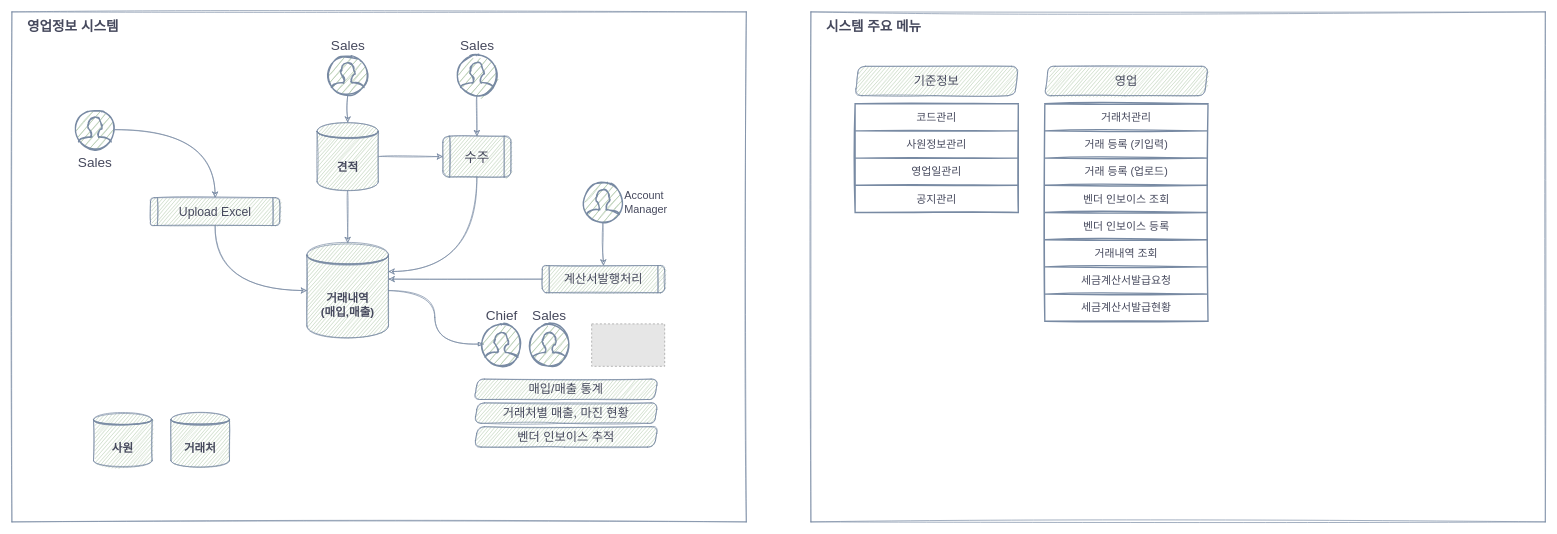
Before: page "영업정보 시스템" (2 of 4) of Project List.drawio in rokag3-gb/draw.io, a draw.io diagram. Source tidied: cells renumbered, new cells numbered last; positions are measured from the earlier drawing's top-left corner, leaving out a move shared by most shapes. Both pictures are drawn from the tidied source at 68%, with x=0, y=0 at pixel (12, 12). Pictures stored in the file or linked from it are replaced by grey dashed boxes.
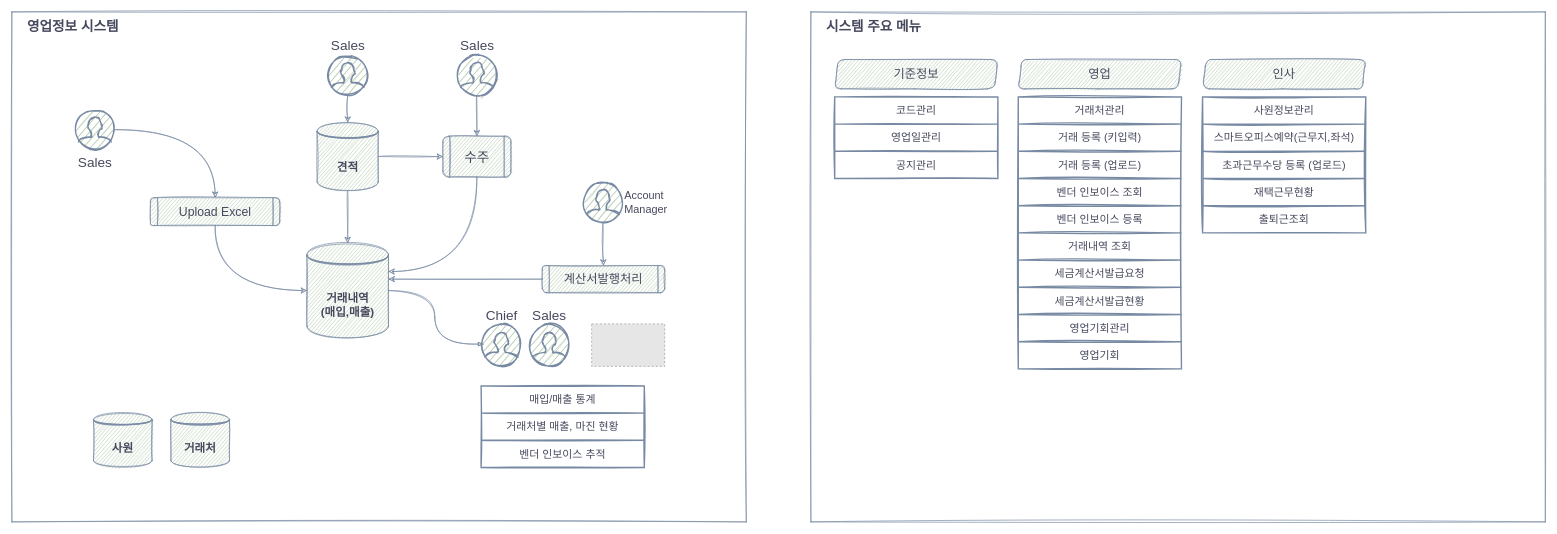
Above is the later version.

Diff of the diagram source:
```diff
@@
-    <mxCell id="26" value="매입/매출 통계" style="shape=parallelogram;perimeter=parallelogramPerimeter;whiteSpace=wrap;html=1;fixedSize=1;fontSize=18;verticalAlign=middle;dashed=0;fontStyle=0;rounded=1;size=5.199999999999818;spacing=10;fillColor=#B2C9AB;strokeColor=#788AA3;fontColor=#46495D;sketch=1;" parent="1" vertex="1">
-      <mxGeometry x="680" y="540" width="270" height="30" as="geometry" />
-    </mxCell>
-    <mxCell id="27" value="거래처별 매출, 마진 현황" style="shape=parallelogram;perimeter=parallelogramPerimeter;whiteSpace=wrap;html=1;fixedSize=1;fontSize=18;verticalAlign=middle;dashed=0;fontStyle=0;rounded=1;size=5.199999999999818;spacing=10;fillColor=#B2C9AB;strokeColor=#788AA3;fontColor=#46495D;sketch=1;" parent="1" vertex="1">
-      <mxGeometry x="680" y="575" width="270" height="30" as="geometry" />
-    </mxCell>
-    <mxCell id="28" value="벤더 인보이스 추적" style="shape=parallelogram;perimeter=parallelogramPerimeter;whiteSpace=wrap;html=1;fixedSize=1;fontSize=18;verticalAlign=middle;dashed=0;fontStyle=0;rounded=1;size=5.199999999999818;spacing=10;fillColor=#B2C9AB;strokeColor=#788AA3;fontColor=#46495D;sketch=1;" parent="1" vertex="1">
-      <mxGeometry x="680" y="610" width="270" height="30" as="geometry" />
-    </mxCell>
@@
     <mxCell id="33" value="영업" style="shape=parallelogram;perimeter=parallelogramPerimeter;whiteSpace=wrap;html=1;fixedSize=1;fontSize=18;verticalAlign=middle;dashed=0;fontStyle=0;rounded=1;size=5.199999999999818;spacing=10;fillColor=#B2C9AB;strokeColor=#788AA3;fontColor=#46495D;sketch=1;" parent="1" vertex="1">
-      <mxGeometry x="1519" y="80" width="240" height="43.2" as="geometry" />
+      <mxGeometry x="1480" y="70" width="240" height="43.2" as="geometry" />
     </mxCell>
     <mxCell id="34" style="shape=table;startSize=0;childLayout=tableLayout;rounded=0;shadow=0;labelBackgroundColor=none;labelBorderColor=none;sketch=1;fillStyle=auto;fontSize=16;fontColor=#46495D;strokeColor=#788AA3;strokeWidth=2;fillColor=default;gradientDirection=east;swimlaneLine=1;" parent="1" vertex="1">
-      <mxGeometry x="1519" y="135" width="240" height="320" as="geometry" />
+      <mxGeometry x="1480" y="125" width="240" height="400" as="geometry" />
     </mxCell>
@@
+    <mxCell id="61" style="shape=tableRow;horizontal=0;startSize=0;swimlaneHead=0;swimlaneBody=0;top=0;left=0;bottom=0;right=0;fillColor=none;rounded=0;shadow=0;labelBackgroundColor=none;labelBorderColor=none;sketch=1;fillStyle=auto;fontSize=16;fontColor=#46495D;strokeColor=#788AA3;strokeWidth=2;" parent="34" vertex="1">
+      <mxGeometry y="320" width="240" height="40" as="geometry" />
+    </mxCell>
+    <mxCell id="62" value="영업기회관리" style="shape=partialRectangle;html=1;whiteSpace=wrap;overflow=hidden;fillColor=none;top=0;left=0;bottom=0;right=0;rounded=0;shadow=0;labelBackgroundColor=none;labelBorderColor=none;sketch=1;fillStyle=auto;fontSize=16;fontColor=#46495D;strokeColor=#788AA3;strokeWidth=2;" parent="61" vertex="1">
+      <mxGeometry width="240" height="40" as="geometry" />
+    </mxCell>
+    <mxCell id="63" style="shape=tableRow;horizontal=0;startSize=0;swimlaneHead=0;swimlaneBody=0;top=0;left=0;bottom=0;right=0;fillColor=none;rounded=0;shadow=0;labelBackgroundColor=none;labelBorderColor=none;sketch=1;fillStyle=auto;fontSize=16;fontColor=#46495D;strokeColor=#788AA3;strokeWidth=2;" parent="34" vertex="1">
+      <mxGeometry y="360" width="240" height="40" as="geometry" />
+    </mxCell>
+    <mxCell id="64" value="영업기회" style="shape=partialRectangle;html=1;whiteSpace=wrap;overflow=hidden;fillColor=none;top=0;left=0;bottom=0;right=0;rounded=0;shadow=0;labelBackgroundColor=none;labelBorderColor=none;sketch=1;fillStyle=auto;fontSize=16;fontColor=#46495D;strokeColor=#788AA3;strokeWidth=2;" parent="63" vertex="1">
+      <mxGeometry width="240" height="40" as="geometry" />
+    </mxCell>
     <mxCell id="51" value="기준정보" style="shape=parallelogram;perimeter=parallelogramPerimeter;whiteSpace=wrap;html=1;fixedSize=1;fontSize=18;verticalAlign=middle;dashed=0;fontStyle=0;rounded=1;size=5.199999999999818;spacing=10;fillColor=#B2C9AB;strokeColor=#788AA3;fontColor=#46495D;sketch=1;" parent="1" vertex="1">
-      <mxGeometry x="1240" y="80" width="240" height="43.2" as="geometry" />
+      <mxGeometry x="1210" y="70" width="240" height="43.2" as="geometry" />
     </mxCell>
     <mxCell id="52" style="shape=table;startSize=0;childLayout=tableLayout;rounded=0;shadow=0;labelBackgroundColor=none;labelBorderColor=none;sketch=1;fillStyle=auto;fontSize=16;fontColor=#46495D;strokeColor=#788AA3;strokeWidth=2;fillColor=default;gradientDirection=east;swimlaneLine=1;" parent="1" vertex="1">
-      <mxGeometry x="1240" y="135" width="240" height="160" as="geometry" />
+      <mxGeometry x="1210" y="125" width="240" height="120" as="geometry" />
     </mxCell>
@@
-    <mxCell id="55" style="shape=tableRow;horizontal=0;startSize=0;swimlaneHead=0;swimlaneBody=0;top=0;left=0;bottom=0;right=0;fillColor=none;rounded=0;shadow=0;labelBackgroundColor=none;labelBorderColor=none;sketch=1;fillStyle=auto;fontSize=16;fontColor=#46495D;strokeColor=#788AA3;strokeWidth=2;" parent="52" vertex="1">
-      <mxGeometry y="40" width="240" height="40" as="geometry" />
-    </mxCell>
-    <mxCell id="56" value="사원정보관리" style="shape=partialRectangle;html=1;whiteSpace=wrap;overflow=hidden;fillColor=none;top=0;left=0;bottom=0;right=0;rounded=0;shadow=0;labelBackgroundColor=none;labelBorderColor=none;sketch=1;fillStyle=auto;fontSize=16;fontColor=#46495D;strokeColor=#788AA3;strokeWidth=2;" parent="55" vertex="1">
-      <mxGeometry width="240" height="40" as="geometry" />
-    </mxCell>
     <mxCell id="57" style="shape=tableRow;horizontal=0;startSize=0;swimlaneHead=0;swimlaneBody=0;top=0;left=0;bottom=0;right=0;fillColor=none;rounded=0;shadow=0;labelBackgroundColor=none;labelBorderColor=none;sketch=1;fillStyle=auto;fontSize=16;fontColor=#46495D;strokeColor=#788AA3;strokeWidth=2;" parent="52" vertex="1">
-      <mxGeometry y="80" width="240" height="40" as="geometry" />
+      <mxGeometry y="40" width="240" height="40" as="geometry" />
     </mxCell>
@@
     <mxCell id="59" style="shape=tableRow;horizontal=0;startSize=0;swimlaneHead=0;swimlaneBody=0;top=0;left=0;bottom=0;right=0;fillColor=none;rounded=0;shadow=0;labelBackgroundColor=none;labelBorderColor=none;sketch=1;fillStyle=auto;fontSize=16;fontColor=#46495D;strokeColor=#788AA3;strokeWidth=2;" parent="52" vertex="1">
-      <mxGeometry y="120" width="240" height="40" as="geometry" />
+      <mxGeometry y="80" width="240" height="40" as="geometry" />
     </mxCell>
@@
+    <mxCell id="65" style="shape=table;startSize=0;childLayout=tableLayout;rounded=0;shadow=0;labelBackgroundColor=none;labelBorderColor=none;sketch=1;fillStyle=auto;fontSize=16;fontColor=#46495D;strokeColor=#788AA3;strokeWidth=2;fillColor=default;gradientDirection=east;swimlaneLine=1;align=left;" parent="1" vertex="1">
+      <mxGeometry x="690" y="550" width="240" height="120" as="geometry" />
+    </mxCell>
+    <mxCell id="66" style="shape=tableRow;horizontal=0;startSize=0;swimlaneHead=0;swimlaneBody=0;top=0;left=0;bottom=0;right=0;fillColor=none;rounded=0;shadow=0;labelBackgroundColor=none;labelBorderColor=none;sketch=1;fillStyle=auto;fontSize=16;fontColor=#46495D;strokeColor=#788AA3;strokeWidth=2;" parent="65" vertex="1">
+      <mxGeometry width="240" height="40" as="geometry" />
+    </mxCell>
+    <mxCell id="26" value="매입/매출 통계" style="shape=partialRectangle;html=1;whiteSpace=wrap;overflow=hidden;fillColor=none;top=0;left=0;bottom=0;right=0;rounded=0;shadow=0;labelBackgroundColor=none;labelBorderColor=none;sketch=1;fillStyle=auto;fontSize=16;fontColor=#46495D;strokeColor=#788AA3;strokeWidth=2;align=center;" parent="66" vertex="1">
+      <mxGeometry width="240" height="40" as="geometry" />
+    </mxCell>
+    <mxCell id="67" style="shape=tableRow;horizontal=0;startSize=0;swimlaneHead=0;swimlaneBody=0;top=0;left=0;bottom=0;right=0;fillColor=none;rounded=0;shadow=0;labelBackgroundColor=none;labelBorderColor=none;sketch=1;fillStyle=auto;fontSize=16;fontColor=#46495D;strokeColor=#788AA3;strokeWidth=2;" parent="65" vertex="1">
+      <mxGeometry y="40" width="240" height="40" as="geometry" />
+    </mxCell>
+    <mxCell id="27" value="거래처별 매출, 마진 현황" style="shape=partialRectangle;html=1;whiteSpace=wrap;overflow=hidden;fillColor=none;top=0;left=0;bottom=0;right=0;rounded=0;shadow=0;labelBackgroundColor=none;labelBorderColor=none;sketch=1;fillStyle=auto;fontSize=16;fontColor=#46495D;strokeColor=#788AA3;strokeWidth=2;align=center;" parent="67" vertex="1">
+      <mxGeometry width="240" height="40" as="geometry" />
+    </mxCell>
+    <mxCell id="68" style="shape=tableRow;horizontal=0;startSize=0;swimlaneHead=0;swimlaneBody=0;top=0;left=0;bottom=0;right=0;fillColor=none;rounded=0;shadow=0;labelBackgroundColor=none;labelBorderColor=none;sketch=1;fillStyle=auto;fontSize=16;fontColor=#46495D;strokeColor=#788AA3;strokeWidth=2;" parent="65" vertex="1">
+      <mxGeometry y="80" width="240" height="40" as="geometry" />
+    </mxCell>
+    <mxCell id="28" value="벤더 인보이스 추적" style="shape=partialRectangle;html=1;whiteSpace=wrap;overflow=hidden;fillColor=none;top=0;left=0;bottom=0;right=0;rounded=0;shadow=0;labelBackgroundColor=none;labelBorderColor=none;sketch=1;fillStyle=auto;fontSize=16;fontColor=#46495D;strokeColor=#788AA3;strokeWidth=2;align=center;" parent="68" vertex="1">
+      <mxGeometry width="240" height="40" as="geometry" />
+    </mxCell>
+    <mxCell id="69" value="인사" style="shape=parallelogram;perimeter=parallelogramPerimeter;whiteSpace=wrap;html=1;fixedSize=1;fontSize=18;verticalAlign=middle;dashed=0;fontStyle=0;rounded=1;size=5.199999999999818;spacing=10;fillColor=#B2C9AB;strokeColor=#788AA3;fontColor=#46495D;sketch=1;" parent="1" vertex="1">
+      <mxGeometry x="1751" y="70" width="240" height="43.2" as="geometry" />
+    </mxCell>
+    <mxCell id="70" style="shape=table;startSize=0;childLayout=tableLayout;rounded=0;shadow=0;labelBackgroundColor=none;labelBorderColor=none;sketch=1;fillStyle=auto;fontSize=16;fontColor=#46495D;strokeColor=#788AA3;strokeWidth=2;fillColor=default;gradientDirection=east;swimlaneLine=1;" parent="1" vertex="1">
+      <mxGeometry x="1751" y="125" width="240" height="200" as="geometry" />
+    </mxCell>
+    <mxCell id="71" style="shape=tableRow;horizontal=0;startSize=0;swimlaneHead=0;swimlaneBody=0;top=0;left=0;bottom=0;right=0;fillColor=none;rounded=0;shadow=0;labelBackgroundColor=none;labelBorderColor=none;sketch=1;fillStyle=auto;fontSize=16;fontColor=#46495D;strokeColor=#788AA3;strokeWidth=2;" parent="70" vertex="1">
+      <mxGeometry width="240" height="40" as="geometry" />
+    </mxCell>
+    <mxCell id="56" value="사원정보관리" style="shape=partialRectangle;html=1;whiteSpace=wrap;overflow=hidden;fillColor=none;top=0;left=0;bottom=0;right=0;rounded=0;shadow=0;labelBackgroundColor=none;labelBorderColor=none;sketch=1;fillStyle=auto;fontSize=16;fontColor=#46495D;strokeColor=#788AA3;strokeWidth=2;" parent="71" vertex="1">
+      <mxGeometry width="240" height="40" as="geometry" />
+    </mxCell>
+    <mxCell id="72" style="shape=tableRow;horizontal=0;startSize=0;swimlaneHead=0;swimlaneBody=0;top=0;left=0;bottom=0;right=0;fillColor=none;rounded=0;shadow=0;labelBackgroundColor=none;labelBorderColor=none;sketch=1;fillStyle=auto;fontSize=16;fontColor=#46495D;strokeColor=#788AA3;strokeWidth=2;" parent="70" vertex="1">
+      <mxGeometry y="40" width="240" height="40" as="geometry" />
+    </mxCell>
+    <mxCell id="73" value="스마트오피스예약(근무지,좌석)" style="shape=partialRectangle;html=1;whiteSpace=wrap;overflow=hidden;fillColor=none;top=0;left=0;bottom=0;right=0;rounded=0;shadow=0;labelBackgroundColor=none;labelBorderColor=none;sketch=1;fillStyle=auto;fontSize=16;fontColor=#46495D;strokeColor=#788AA3;strokeWidth=2;" parent="72" vertex="1">
+      <mxGeometry width="240" height="40" as="geometry" />
+    </mxCell>
+    <mxCell id="74" style="shape=tableRow;horizontal=0;startSize=0;swimlaneHead=0;swimlaneBody=0;top=0;left=0;bottom=0;right=0;fillColor=none;rounded=0;shadow=0;labelBackgroundColor=none;labelBorderColor=none;sketch=1;fillStyle=auto;fontSize=16;fontColor=#46495D;strokeColor=#788AA3;strokeWidth=2;" parent="70" vertex="1">
+      <mxGeometry y="80" width="240" height="40" as="geometry" />
+    </mxCell>
+    <mxCell id="75" value="초과근무수당 등록 (업로드)" style="shape=partialRectangle;html=1;whiteSpace=wrap;overflow=hidden;fillColor=none;top=0;left=0;bottom=0;right=0;rounded=0;shadow=0;labelBackgroundColor=none;labelBorderColor=none;sketch=1;fillStyle=auto;fontSize=16;fontColor=#46495D;strokeColor=#788AA3;strokeWidth=2;" parent="74" vertex="1">
+      <mxGeometry width="240" height="40" as="geometry" />
+    </mxCell>
+    <mxCell id="76" style="shape=tableRow;horizontal=0;startSize=0;swimlaneHead=0;swimlaneBody=0;top=0;left=0;bottom=0;right=0;fillColor=none;rounded=0;shadow=0;labelBackgroundColor=none;labelBorderColor=none;sketch=1;fillStyle=auto;fontSize=16;fontColor=#46495D;strokeColor=#788AA3;strokeWidth=2;" parent="70" vertex="1">
+      <mxGeometry y="120" width="240" height="40" as="geometry" />
+    </mxCell>
+    <mxCell id="77" value="재택근무현황" style="shape=partialRectangle;html=1;whiteSpace=wrap;overflow=hidden;fillColor=none;top=0;left=0;bottom=0;right=0;rounded=0;shadow=0;labelBackgroundColor=none;labelBorderColor=none;sketch=1;fillStyle=auto;fontSize=16;fontColor=#46495D;strokeColor=#788AA3;strokeWidth=2;" parent="76" vertex="1">
+      <mxGeometry width="240" height="40" as="geometry" />
+    </mxCell>
+    <mxCell id="78" style="shape=tableRow;horizontal=0;startSize=0;swimlaneHead=0;swimlaneBody=0;top=0;left=0;bottom=0;right=0;fillColor=none;rounded=0;shadow=0;labelBackgroundColor=none;labelBorderColor=none;sketch=1;fillStyle=auto;fontSize=16;fontColor=#46495D;strokeColor=#788AA3;strokeWidth=2;" parent="70" vertex="1">
+      <mxGeometry y="160" width="240" height="40" as="geometry" />
+    </mxCell>
+    <mxCell id="79" value="출퇴근조회" style="shape=partialRectangle;html=1;whiteSpace=wrap;overflow=hidden;fillColor=none;top=0;left=0;bottom=0;right=0;rounded=0;shadow=0;labelBackgroundColor=none;labelBorderColor=none;sketch=1;fillStyle=auto;fontSize=16;fontColor=#46495D;strokeColor=#788AA3;strokeWidth=2;" parent="78" vertex="1">
+      <mxGeometry width="240" height="40" as="geometry" />
+    </mxCell>
```
